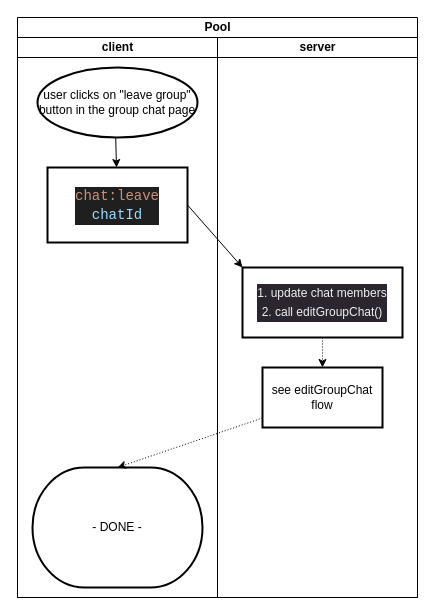
Earlier version of the draw.io diagram page "leaveGroupChat" (5 of 6) of flows.drawio (DCAG/Messenger). Source tidied: cells renumbered, new cells numbered last; positions are measured from the earlier drawing's top-left corner, leaving out a move shared by most shapes. Both pictures are drawn from the tidied source at 100%, with x=0, y=0 at pixel (17, 17).
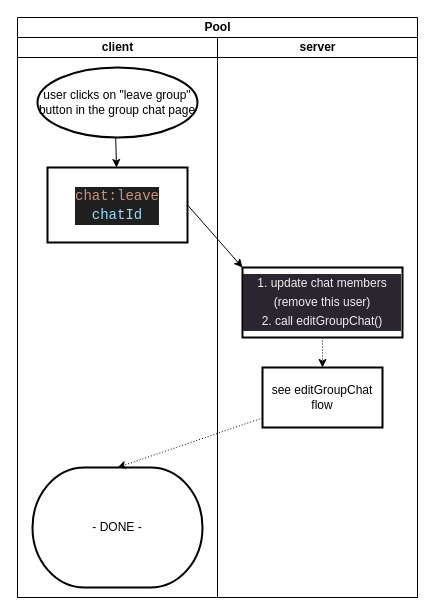
Above is the later version.

Diff of the diagram source:
```diff
@@
 <mxGraphModel>
   <root>
     <mxCell id="0" />
     <mxCell id="1" parent="0" />
     <mxCell id="2" value="Pool" style="swimlane;startSize=20;html=1;" parent="1" vertex="1">
       <mxGeometry width="400" height="580" as="geometry" />
     </mxCell>
     <mxCell id="3" value="client" style="swimlane;startSize=20;html=1;" parent="2" vertex="1">
       <mxGeometry y="20" width="200" height="560" as="geometry" />
     </mxCell>
     <mxCell id="4" style="edgeStyle=none;html=1;" parent="3" edge="1" target="6">
       <mxGeometry relative="1" as="geometry">
         <mxPoint x="98.2" y="100" as="sourcePoint" />
       </mxGeometry>
     </mxCell>
     <mxCell id="5" value="user clicks on &quot;leave group&quot; button in the group chat page" style="strokeWidth=2;html=1;shape=mxgraph.flowchart.start_2;whiteSpace=wrap;" parent="3" vertex="1">
       <mxGeometry x="20" y="30" width="160" height="70" as="geometry" />
     </mxCell>
     <mxCell id="6" value="&lt;div style=&quot;background-color: rgb(26, 27, 38); font-family: Consolas, &amp;quot;Courier New&amp;quot;, monospace; font-size: 14px; line-height: 19px;&quot;&gt;&lt;div style=&quot;background-color: rgb(31, 31, 31); line-height: 19px;&quot;&gt;&lt;div style=&quot;color: rgb(204, 204, 204); line-height: 19px;&quot;&gt;&lt;span style=&quot;color: #ce9178;&quot;&gt;chat:leave&lt;/span&gt;&lt;/div&gt;&lt;div style=&quot;line-height: 19px;&quot;&gt;&lt;div style=&quot;line-height: 19px;&quot;&gt;&lt;font color=&quot;#9cdcfe&quot;&gt;chatId&lt;/font&gt;&lt;/div&gt;&lt;/div&gt;&lt;/div&gt;&lt;/div&gt;" style="whiteSpace=wrap;html=1;strokeWidth=2;" parent="3" vertex="1">
       <mxGeometry x="30" y="130" width="140" height="75" as="geometry" />
     </mxCell>
     <mxCell id="7" value="&lt;div style=&quot;&quot;&gt;&lt;span style=&quot;background-color: initial;&quot;&gt;- DONE -&lt;/span&gt;&lt;/div&gt;" style="strokeWidth=2;html=1;shape=mxgraph.flowchart.terminator;whiteSpace=wrap;sketch=0;" parent="3" vertex="1">
       <mxGeometry x="15" y="430" width="170" height="120" as="geometry" />
     </mxCell>
     <mxCell id="8" value="server" style="swimlane;startSize=20;html=1;" parent="2" vertex="1">
       <mxGeometry x="200" y="20" width="200" height="560" as="geometry" />
     </mxCell>
     <mxCell id="9" style="edgeStyle=none;html=1;dashed=1;dashPattern=1 2;" parent="8" edge="1" source="10" target="11">
       <mxGeometry relative="1" as="geometry" />
     </mxCell>
-    <mxCell id="10" value="&lt;div style=&quot;font-family: Consolas, &amp;quot;Courier New&amp;quot;, monospace; font-size: 14px; color: rgb(169, 177, 214); background-color: rgb(26, 27, 38); line-height: 19px;&quot;&gt;&lt;div style=&quot;color: rgb(240, 240, 240); font-family: Helvetica; font-size: 12px; background-color: rgb(42, 37, 47); line-height: 19px;&quot;&gt;1. update chat members&lt;/div&gt;&lt;div style=&quot;color: rgb(240, 240, 240); font-family: Helvetica; font-size: 12px; background-color: rgb(42, 37, 47); line-height: 19px;&quot;&gt;2. call editGroupChat()&lt;/div&gt;&lt;/div&gt;&lt;div style=&quot;color: rgb(169, 177, 214); background-color: rgb(26, 27, 38); font-family: Consolas, &amp;quot;Courier New&amp;quot;, monospace; font-size: 14px; line-height: 19px;&quot;&gt;&lt;/div&gt;" style="whiteSpace=wrap;html=1;strokeWidth=2;" parent="8" vertex="1">
+    <mxCell id="10" value="&lt;div style=&quot;font-family: Consolas, &amp;quot;Courier New&amp;quot;, monospace; font-size: 14px; color: rgb(169, 177, 214); background-color: rgb(26, 27, 38); line-height: 19px;&quot;&gt;&lt;div style=&quot;color: rgb(240, 240, 240); font-family: Helvetica; font-size: 12px; background-color: rgb(42, 37, 47); line-height: 19px;&quot;&gt;1. update chat members (remove this user)&lt;/div&gt;&lt;div style=&quot;color: rgb(240, 240, 240); font-family: Helvetica; font-size: 12px; background-color: rgb(42, 37, 47); line-height: 19px;&quot;&gt;2. call editGroupChat()&lt;/div&gt;&lt;/div&gt;&lt;div style=&quot;color: rgb(169, 177, 214); background-color: rgb(26, 27, 38); font-family: Consolas, &amp;quot;Courier New&amp;quot;, monospace; font-size: 14px; line-height: 19px;&quot;&gt;&lt;/div&gt;" style="whiteSpace=wrap;html=1;strokeWidth=2;" parent="8" vertex="1">
       <mxGeometry x="25" y="230" width="160" height="70" as="geometry" />
     </mxCell>
     <mxCell id="11" value="see editGroupChat flow" style="whiteSpace=wrap;html=1;strokeWidth=2;" parent="8" vertex="1">
       <mxGeometry x="45" y="330" width="120" height="60" as="geometry" />
     </mxCell>
     <mxCell id="12" style="edgeStyle=none;html=1;entryX=0;entryY=0;entryDx=0;entryDy=0;exitX=1;exitY=0.5;exitDx=0;exitDy=0;" parent="2" edge="1" source="6" target="10">
       <mxGeometry relative="1" as="geometry" />
     </mxCell>
     <mxCell id="13" style="edgeStyle=none;html=1;entryX=0.5;entryY=0;entryDx=0;entryDy=0;entryPerimeter=0;dashed=1;dashPattern=1 2;" parent="2" edge="1" source="11" target="7">
       <mxGeometry relative="1" as="geometry" />
     </mxCell>
   </root>
 </mxGraphModel>
```
